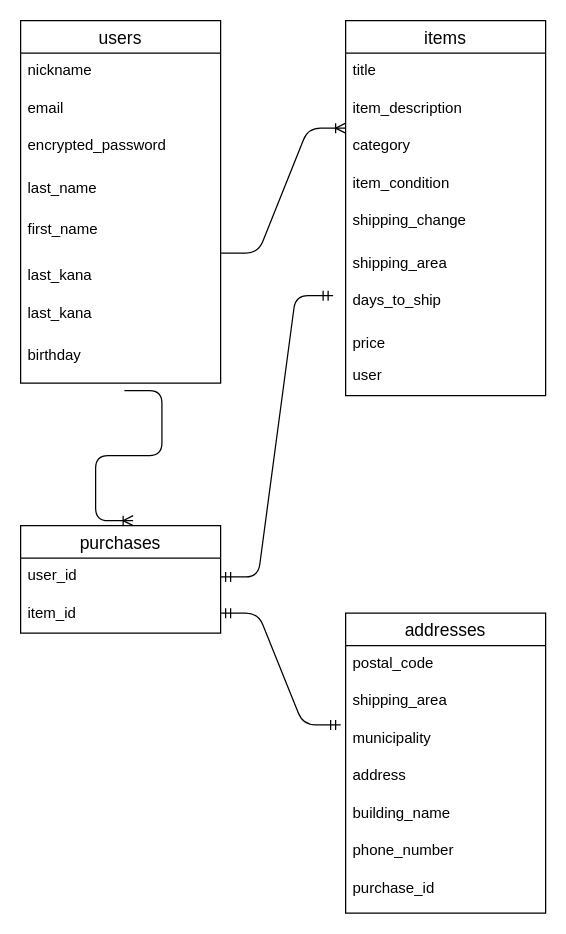
This is er_furima.dio from Masaki-Ohtaka/furima-34335, a draw.io file, before an edit. Source tidied: cells renumbered, new cells numbered last; positions are measured from the earlier drawing's top-left corner, leaving out a move shared by most shapes. Both pictures are drawn from the tidied source at 125%, with x=0, y=0 at pixel (20, 20).
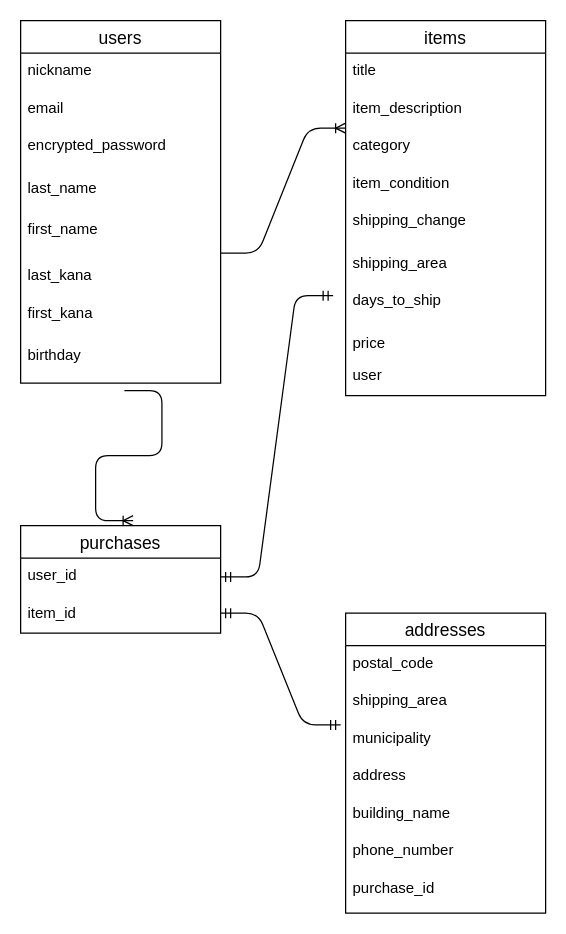
The same diagram, later.

Commit message (it also covers changes not shown here):
バリデーションの設定、READEMEとER図修正

What changed in the source:
```diff
@@
-    <mxCell id="9" value="last_kana" style="text;strokeColor=none;fillColor=none;spacingLeft=4;spacingRight=4;overflow=hidden;fontSize=12;" parent="1" vertex="1">
+    <mxCell id="9" value="first_kana" style="text;strokeColor=none;fillColor=none;spacingLeft=4;spacingRight=4;overflow=hidden;fontSize=12;" parent="1" vertex="1">
       <mxGeometry y="220" width="160" height="34" as="geometry" />
     </mxCell>
```
